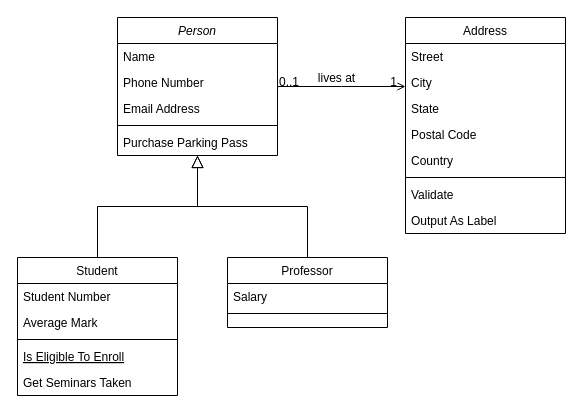
TEyo15/BotOfficeProjects keeps this draw.io diagram as Sequence diagram.drawio. Above is the earlier version. Source tidied: cells renumbered, new cells numbered last; positions are measured from the earlier drawing's top-left corner, leaving out a move shared by most shapes. Both pictures are drawn from the tidied source at 100%, with x=0, y=0 at pixel (17, 17).
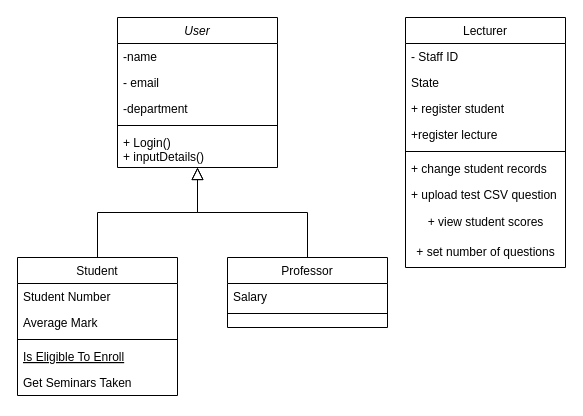
After the change.

Unchanged cells that the change refers to:
```xml
<mxCell id="15" value="Professor" style="swimlane;fontStyle=0;align=center;verticalAlign=top;horizontal=1;startSize=26;rounded=0;shadow=0;strokeWidth=1;" parent="1" vertex="1">
  <mxGeometry x="210" y="240" width="160" height="70" as="geometry" />
</mxCell>
```

The edit, as a diff of the source:
```diff
@@
-    <mxCell id="2" value="Person" style="swimlane;fontStyle=2;align=center;verticalAlign=top;horizontal=1;startSize=26;rounded=0;shadow=0;strokeWidth=1;" parent="1" vertex="1">
-      <mxGeometry x="100" width="160" height="138" as="geometry" />
+    <mxCell id="2" value="User" style="swimlane;fontStyle=2;align=center;verticalAlign=top;horizontal=1;startSize=26;rounded=0;shadow=0;strokeWidth=1;" parent="1" vertex="1">
+      <mxGeometry x="100" width="160" height="150" as="geometry" />
     </mxCell>
-    <mxCell id="3" value="Name" style="text;align=left;verticalAlign=top;spacingLeft=4;spacingRight=4;overflow=hidden;" parent="2" vertex="1">
+    <mxCell id="3" value="-name" style="text;align=left;verticalAlign=top;spacingLeft=4;spacingRight=4;overflow=hidden;" parent="2" vertex="1">
       <mxGeometry y="26" width="160" height="26" as="geometry" />
     </mxCell>
-    <mxCell id="4" value="Phone Number" style="text;align=left;verticalAlign=top;spacingLeft=4;spacingRight=4;overflow=hidden;rounded=0;shadow=0;html=0;" parent="2" vertex="1">
+    <mxCell id="4" value="- email" style="text;align=left;verticalAlign=top;spacingLeft=4;spacingRight=4;overflow=hidden;rounded=0;shadow=0;html=0;" parent="2" vertex="1">
       <mxGeometry y="52" width="160" height="26" as="geometry" />
     </mxCell>
-    <mxCell id="5" value="Email Address" style="text;align=left;verticalAlign=top;spacingLeft=4;spacingRight=4;overflow=hidden;rounded=0;shadow=0;html=0;" parent="2" vertex="1">
+    <mxCell id="5" value="-department" style="text;align=left;verticalAlign=top;spacingLeft=4;spacingRight=4;overflow=hidden;rounded=0;shadow=0;html=0;" parent="2" vertex="1">
       <mxGeometry y="78" width="160" height="26" as="geometry" />
     </mxCell>
@@
-    <mxCell id="7" value="Purchase Parking Pass" style="text;align=left;verticalAlign=top;spacingLeft=4;spacingRight=4;overflow=hidden;" parent="2" vertex="1">
-      <mxGeometry y="112" width="160" height="26" as="geometry" />
+    <mxCell id="7" value="+ Login()&#10;+ inputDetails()" style="text;align=left;verticalAlign=top;spacingLeft=4;spacingRight=4;overflow=hidden;" parent="2" vertex="1">
+      <mxGeometry y="112" width="160" height="38" as="geometry" />
     </mxCell>
@@
-    <mxCell id="18" style="endArrow=block;endSize=10;endFill=0;shadow=0;strokeWidth=1;rounded=0;edgeStyle=elbowEdgeStyle;elbow=vertical;" parent="1" edge="1" source="15" target="2">
-      <mxGeometry relative="1" as="geometry" />
+    <mxCell id="18" style="endArrow=block;endSize=10;endFill=0;shadow=0;strokeWidth=1;rounded=0;edgeStyle=elbowEdgeStyle;elbow=vertical;" parent="1" edge="1" source="15">
+      <mxGeometry relative="1" as="geometry">
+        <mxPoint x="180" y="150" as="targetPoint" />
+      </mxGeometry>
     </mxCell>
-    <mxCell id="19" value="Address" style="swimlane;fontStyle=0;align=center;verticalAlign=top;horizontal=1;startSize=26;rounded=0;shadow=0;strokeWidth=1;" parent="1" vertex="1">
-      <mxGeometry x="388" width="160" height="216" as="geometry" />
+    <mxCell id="19" value="Lecturer" style="swimlane;fontStyle=0;align=center;verticalAlign=top;horizontal=1;startSize=26;rounded=0;shadow=0;strokeWidth=1;" parent="1" vertex="1">
+      <mxGeometry x="388" width="160" height="250" as="geometry" />
     </mxCell>
-    <mxCell id="20" value="Street" style="text;align=left;verticalAlign=top;spacingLeft=4;spacingRight=4;overflow=hidden;" parent="19" vertex="1">
+    <mxCell id="20" value="- Staff ID" style="text;align=left;verticalAlign=top;spacingLeft=4;spacingRight=4;overflow=hidden;" parent="19" vertex="1">
       <mxGeometry y="26" width="160" height="26" as="geometry" />
     </mxCell>
-    <mxCell id="21" value="City" style="text;align=left;verticalAlign=top;spacingLeft=4;spacingRight=4;overflow=hidden;rounded=0;shadow=0;html=0;" parent="19" vertex="1">
-      <mxGeometry y="52" width="160" height="26" as="geometry" />
-    </mxCell>
     <mxCell id="22" value="State" style="text;align=left;verticalAlign=top;spacingLeft=4;spacingRight=4;overflow=hidden;rounded=0;shadow=0;html=0;" parent="19" vertex="1">
-      <mxGeometry y="78" width="160" height="26" as="geometry" />
+      <mxGeometry y="52" width="160" height="26" as="geometry" />
     </mxCell>
-    <mxCell id="23" value="Postal Code" style="text;align=left;verticalAlign=top;spacingLeft=4;spacingRight=4;overflow=hidden;rounded=0;shadow=0;html=0;" parent="19" vertex="1">
-      <mxGeometry y="104" width="160" height="26" as="geometry" />
+    <mxCell id="23" value="+ register student" style="text;align=left;verticalAlign=top;spacingLeft=4;spacingRight=4;overflow=hidden;rounded=0;shadow=0;html=0;" parent="19" vertex="1">
+      <mxGeometry y="78" width="160" height="26" as="geometry" />
     </mxCell>
-    <mxCell id="24" value="Country" style="text;align=left;verticalAlign=top;spacingLeft=4;spacingRight=4;overflow=hidden;rounded=0;shadow=0;html=0;" parent="19" vertex="1">
-      <mxGeometry y="130" width="160" height="26" as="geometry" />
+    <mxCell id="24" value="+register lecture" style="text;align=left;verticalAlign=top;spacingLeft=4;spacingRight=4;overflow=hidden;rounded=0;shadow=0;html=0;" parent="19" vertex="1">
+      <mxGeometry y="104" width="160" height="26" as="geometry" />
     </mxCell>
     <mxCell id="25" style="line;html=1;strokeWidth=1;align=left;verticalAlign=middle;spacingTop=-1;spacingLeft=3;spacingRight=3;labelPosition=right;" parent="19" vertex="1">
-      <mxGeometry y="156" width="160" height="8" as="geometry" />
+      <mxGeometry y="130" width="160" height="8" as="geometry" />
     </mxCell>
-    <mxCell id="26" value="Validate" style="text;align=left;verticalAlign=top;spacingLeft=4;spacingRight=4;overflow=hidden;" parent="19" vertex="1">
-      <mxGeometry y="164" width="160" height="26" as="geometry" />
+    <mxCell id="26" value="+ change student records" style="text;align=left;verticalAlign=top;spacingLeft=4;spacingRight=4;overflow=hidden;" parent="19" vertex="1">
+      <mxGeometry y="138" width="160" height="26" as="geometry" />
     </mxCell>
-    <mxCell id="27" value="Output As Label" style="text;align=left;verticalAlign=top;spacingLeft=4;spacingRight=4;overflow=hidden;" parent="19" vertex="1">
-      <mxGeometry y="190" width="160" height="26" as="geometry" />
+    <mxCell id="27" value="+ upload test CSV question" style="text;align=left;verticalAlign=top;spacingLeft=4;spacingRight=4;overflow=hidden;" parent="19" vertex="1">
+      <mxGeometry y="164" width="160" height="26" as="geometry" />
     </mxCell>
-    <mxCell id="28" style="endArrow=open;shadow=0;strokeWidth=1;rounded=0;endFill=1;edgeStyle=elbowEdgeStyle;elbow=vertical;" parent="1" edge="1" source="2" target="19">
-      <mxGeometry x="0.5" y="41" relative="1" as="geometry">
-        <mxPoint x="-40" y="32" as="offset" />
-      </mxGeometry>
-    </mxCell>
-    <mxCell id="29" value="0..1" style="align=left;verticalAlign=bottom;labelBackgroundColor=none;fontSize=12;" parent="28" vertex="1">
-      <mxGeometry x="-1" relative="1" as="geometry">
-        <mxPoint y="4" as="offset" />
-      </mxGeometry>
-    </mxCell>
-    <mxCell id="30" value="1" style="align=right;verticalAlign=bottom;labelBackgroundColor=none;fontSize=12;" parent="28" vertex="1">
-      <mxGeometry x="1" relative="1" as="geometry">
-        <mxPoint x="-7" y="4" as="offset" />
-      </mxGeometry>
-    </mxCell>
-    <mxCell id="31" value="lives at" style="text;html=1;align=center;verticalAlign=middle;labelBackgroundColor=none;rounded=0;shadow=0;strokeWidth=1;fontSize=12;" parent="28" vertex="1">
-      <mxGeometry x="0.5" y="49" relative="1" as="geometry">
-        <mxPoint x="-38" y="40" as="offset" />
-      </mxGeometry>
-    </mxCell>
+    <mxCell id="32" value="+ view student scores" style="text;html=1;align=center;verticalAlign=middle;strokeColor=none;fillColor=none;" parent="19" vertex="1">
+      <mxGeometry y="190" width="160" height="30" as="geometry" />
+    </mxCell>
+    <mxCell id="33" value="+ set number of questions" style="text;html=1;align=center;verticalAlign=middle;strokeColor=none;fillColor=none;" parent="19" vertex="1">
+      <mxGeometry y="220" width="160" height="30" as="geometry" />
+    </mxCell>
```
